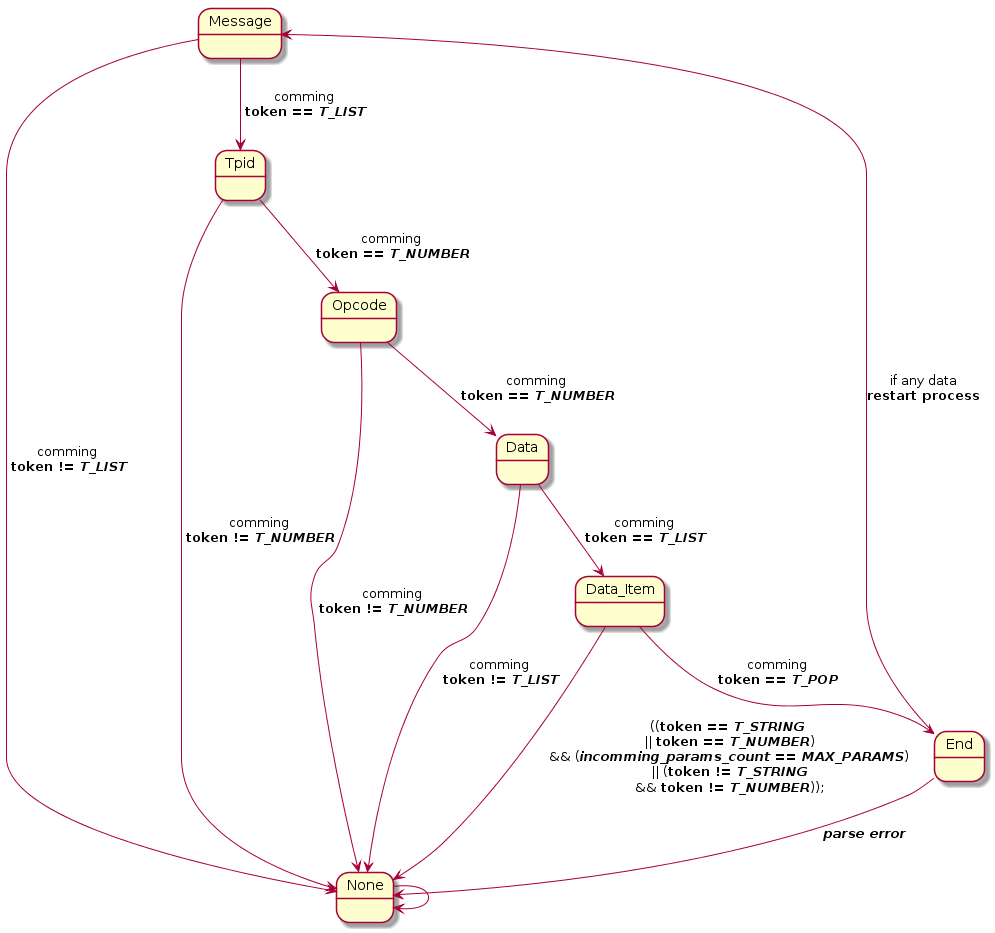
Earlier version of the PlantUML export Diagrams/MCC_States.png (gonzalopelos/proygrado).
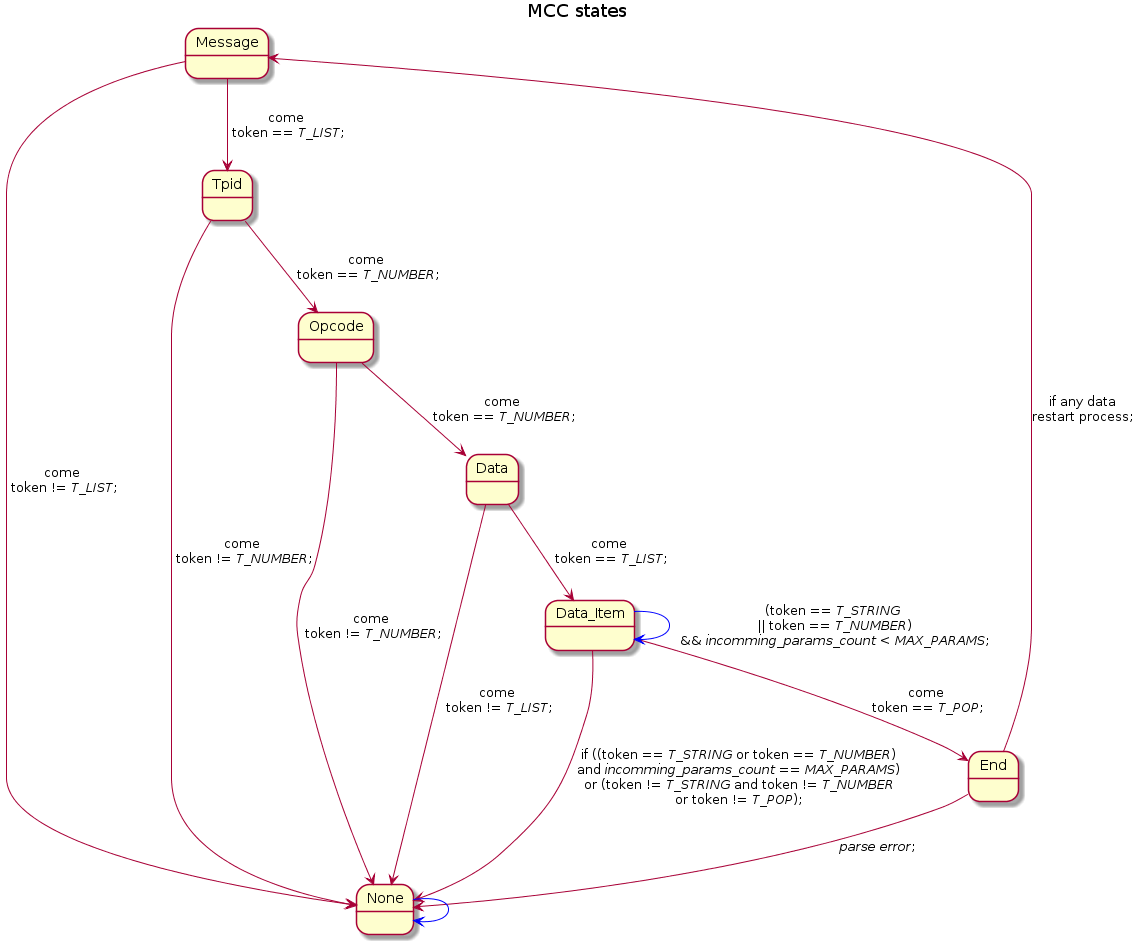
The same diagram one commit later.

Commit message:
+ Update Mcc States diagram + Mcc module implementation

Diff of the diagram source:
```diff
@@ -1,4 +1,6 @@
 @startuml
+title MCC states
+
 State Message
 State Tpid
 State Opcode
@@ -8,22 +10,23 @@
 State None
 
 
-Message --> Tpid : comming\n **token == //T_LIST//**
-Message --> None : comming\n **token != //T_LIST//**
+Message --> Tpid : come\n token == //T_LIST//;
+Message --> None : come\n token != //T_LIST//;
 
-Tpid --> Opcode : comming\n **token == //T_NUMBER//**
-Tpid --> None : comming\n **token != //T_NUMBER//**
+Tpid --> Opcode : come\n token == //T_NUMBER//;
+Tpid --> None : come\n token != //T_NUMBER//;
 
-Opcode --> Data : comming\n **token == //T_NUMBER//**
-Opcode --> None : comming\n **token != //T_NUMBER//**
+Opcode --> Data : come\n token == //T_NUMBER//;
+Opcode --> None : come\n token != //T_NUMBER//;
 
-Data --> Data_Item : comming\n **token == //T_LIST//**
-Data --> None : comming\n **token != //T_LIST//**
+Data --> Data_Item : come\n token == //T_LIST//;
+Data --> None : come\n token != //T_LIST//;
 
-Data_Item --> End : comming\n **token == //T_POP//**
-Data_Item --> None : ((**token == //T_STRING//**\n || **token == //T_NUMBER//**)\n && (**//incomming_params_count == MAX_PARAMS//**)\n || (**token != //T_STRING//**\n && **token != //T_NUMBER//**));
+Data_Item --> End : come\n token == //T_POP//;
+Data_Item --> None : if ((token == //T_STRING// or token == //T_NUMBER//)\nand //incomming_params_count == MAX_PARAMS//)\nor (token != //T_STRING// and token != //T_NUMBER//\nor token != //T_POP//);
+Data_Item -[#blue]-> Data_Item : (token == //T_STRING//\n || token == //T_NUMBER//)\n && //incomming_params_count < MAX_PARAMS//;
 
-End --> None : **//parse error//**
-End --> Message : if any data\n**restart process**
-None --> None
+End --> None : //parse error//;
+End --> Message : if any data\nrestart process;
+None -[#blue]-> None
 @enduml
```
